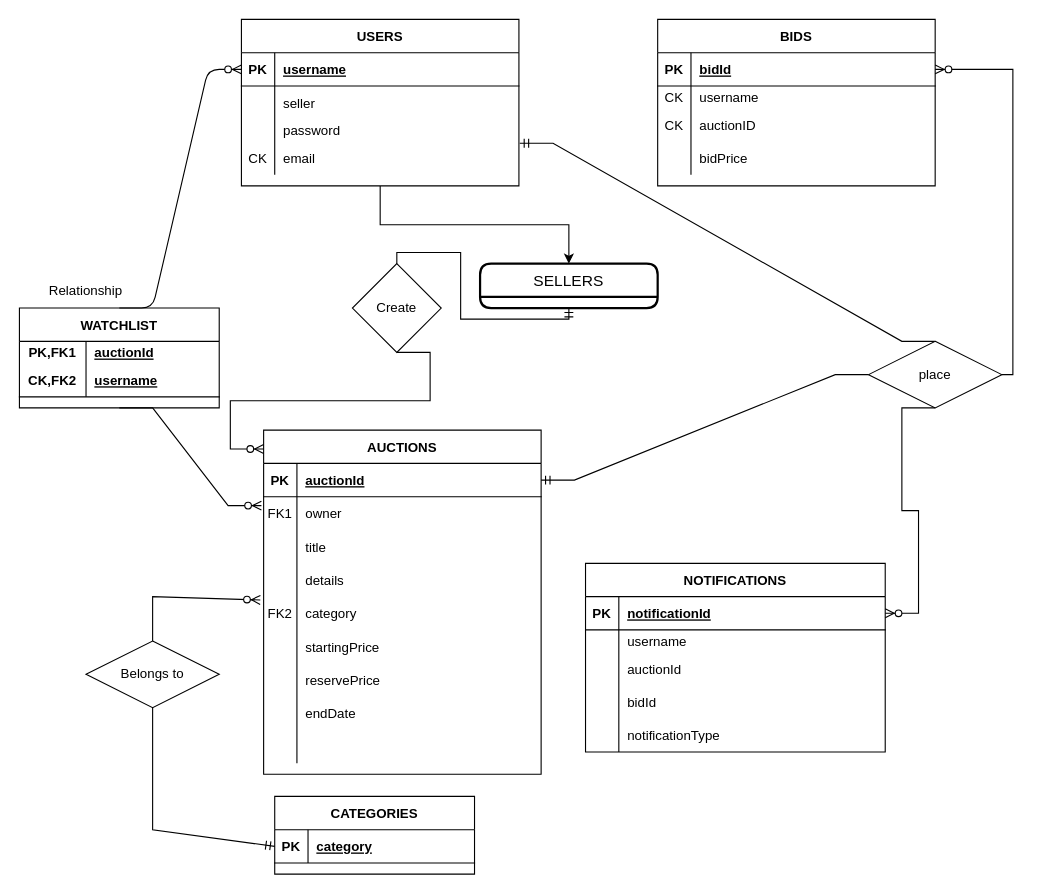
The draw.io diagram er-diagram.drawio in jcgloria/dbf_project, before the edit. Source tidied: cells renumbered, new cells numbered last; positions are measured from the earlier drawing's top-left corner, leaving out a move shared by most shapes. Both pictures are drawn from the tidied source at 111%, with x=0, y=0 at pixel (19, 19).
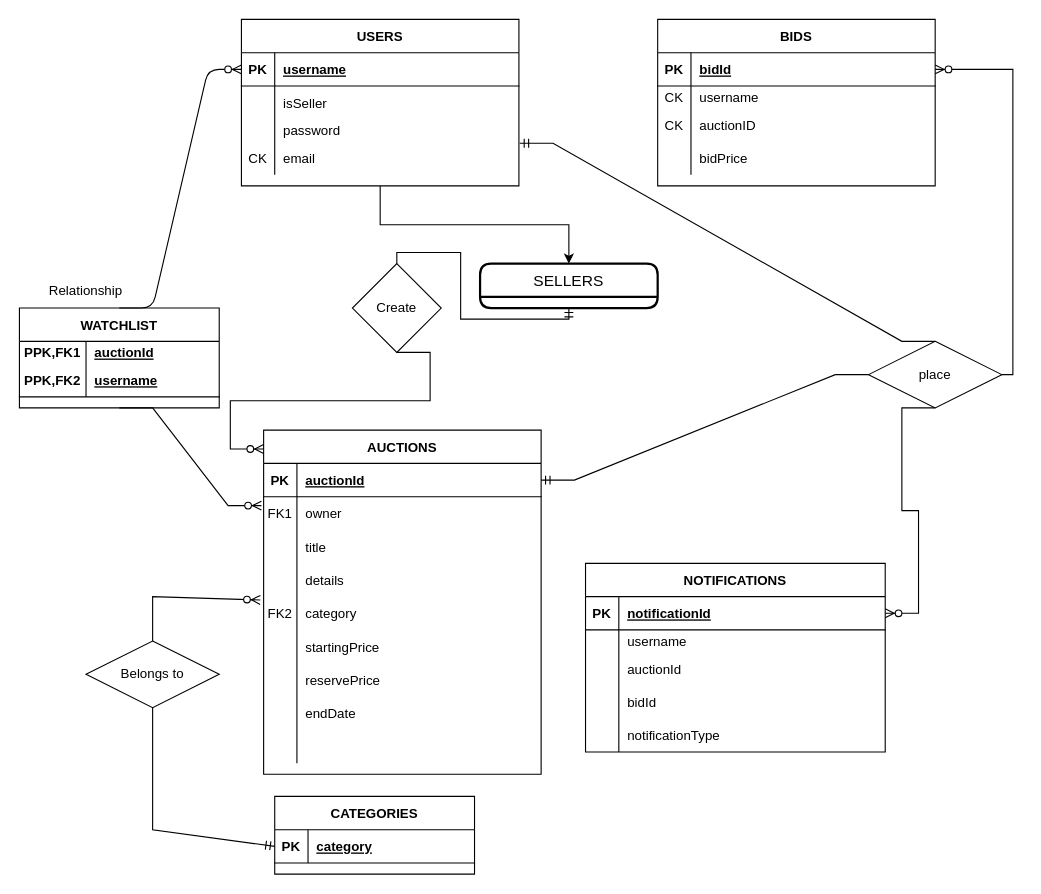
After the change.

The change refers to these unchanged cells:
```xml
<mxCell id="48" style="shape=partialRectangle;fillColor=none;top=0;left=0;right=0;bottom=0;" parent="44" vertex="1">
  <mxGeometry y="60" width="250" height="30" as="geometry" />
</mxCell>
<mxCell id="62" style="shape=tableRow;horizontal=0;startSize=0;swimlaneHead=0;swimlaneBody=0;fillColor=none;top=0;left=0;right=0;bottom=0;" parent="61" vertex="1">
  <mxGeometry y="30" width="180" height="20" as="geometry" />
</mxCell>
<mxCell id="65" style="shape=tableRow;horizontal=0;startSize=0;swimlaneHead=0;swimlaneBody=0;fillColor=none;top=0;left=0;right=0;bottom=1;" parent="61" vertex="1">
  <mxGeometry y="50" width="180" height="30" as="geometry" />
</mxCell>
```

What changed in the source:
```diff
@@
-    <mxCell id="50" value="seller" style="shape=partialRectangle;overflow=hidden;fillColor=none;top=0;left=0;bottom=0;right=0;align=left;spacingLeft=6;" parent="48" vertex="1">
+    <mxCell id="50" value="isSeller" style="shape=partialRectangle;overflow=hidden;fillColor=none;top=0;left=0;bottom=0;right=0;align=left;spacingLeft=6;" parent="48" vertex="1">
       <mxGeometry x="30" width="220" height="30" as="geometry" />
     </mxCell>
@@
-    <mxCell id="63" value="PK,FK1" style="shape=partialRectangle;fillColor=none;top=0;left=0;bottom=0;right=0;fontStyle=1;overflow=hidden;" parent="62" vertex="1">
+    <mxCell id="63" value="PPK,FK1" style="shape=partialRectangle;fillColor=none;top=0;left=0;bottom=0;right=0;fontStyle=1;overflow=hidden;" parent="62" vertex="1">
       <mxGeometry width="60" height="20" as="geometry" />
     </mxCell>
@@
-    <mxCell id="66" value="CK,FK2" style="shape=partialRectangle;fillColor=none;top=0;left=0;bottom=0;right=0;fontStyle=1;overflow=hidden;" parent="65" vertex="1">
+    <mxCell id="66" value="PPK,FK2" style="shape=partialRectangle;fillColor=none;top=0;left=0;bottom=0;right=0;fontStyle=1;overflow=hidden;" parent="65" vertex="1">
       <mxGeometry width="60" height="30" as="geometry" />
     </mxCell>
```
